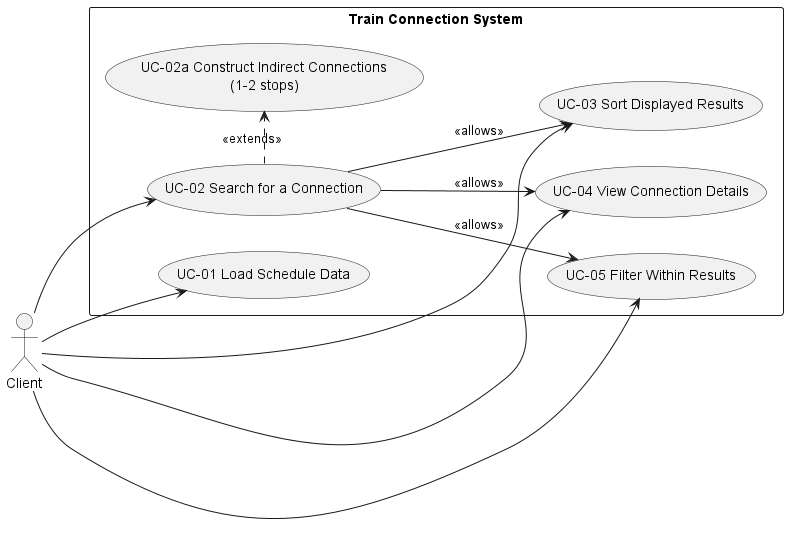
nicolas-zampieri/SOEN342 keeps this PlantUML diagram as Phase1/docs/Artifacts/use_case_diagram.png. Above is the earlier version.
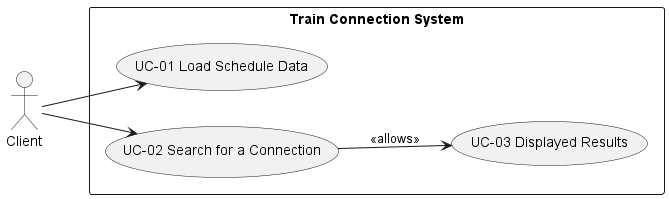
Later version of the same file.

Commit message:
Replace use case diagram with updated PlantUML code and remove obsolete entries from use cases documentation

Change to the diagram source:
```diff
@@ -5,21 +5,14 @@
 rectangle "Train Connection System" {
   usecase "UC-01 Load Schedule Data" as UC01
   usecase "UC-02 Search for a Connection" as UC02
-  usecase "UC-02a Construct Indirect Connections\n(1-2 stops)" as UC02a
-  usecase "UC-03 Sort Displayed Results" as UC03
-  usecase "UC-04 View Connection Details" as UC04
-  usecase "UC-05 Filter Within Results" as UC05
+  usecase "UC-03 Displayed Results" as UC03
 }
 
 Client --> UC01
 Client --> UC02
-Client --> UC03
-Client --> UC04
-Client --> UC05
 
-UC02 .> UC02a : <<extends>>
+
+
 UC02 --> UC03 : <<allows>>
-UC02 --> UC04 : <<allows>>
-UC02 --> UC05 : <<allows>>
 
 @enduml
```
